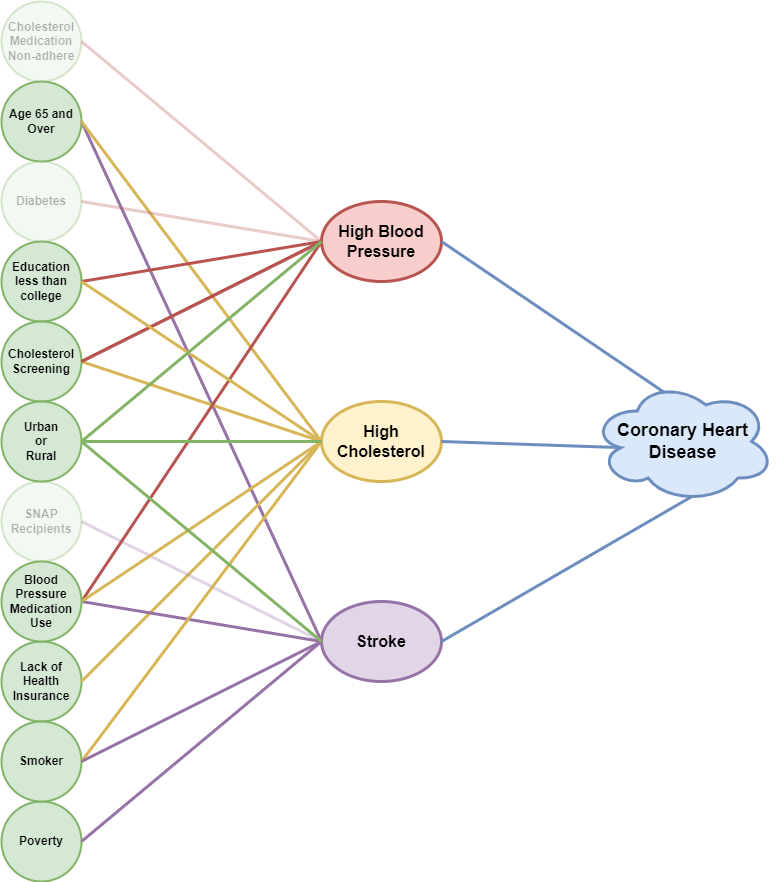
This is Final_Report/images/VarConnectInteract.png from jessedebolt/MSDS-Capstone, a draw.io export, as it was before one commit. Source tidied: cells renumbered, new cells last; positions are measured from the earlier drawing's top-left corner, leaving out a move shared by most shapes.
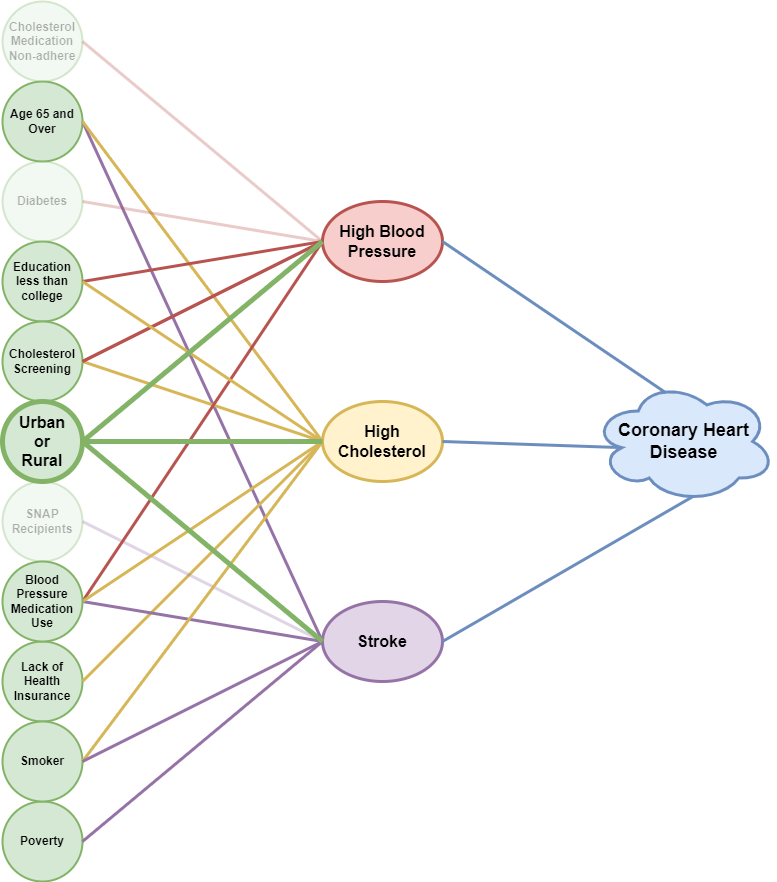
Above is the later version.

Change to the diagram source:
```diff
@@ -104,16 +104,16 @@
     <mxCell id="35" style="endArrow=none;html=1;rounded=0;exitX=1;exitY=0.5;exitDx=0;exitDy=0;entryX=0;entryY=0.5;entryDx=0;entryDy=0;strokeWidth=3;fontStyle=1;fillColor=#fff2cc;strokeColor=#d6b656;" parent="1" edge="1" source="9" target="4">
       <mxGeometry relative="1" as="geometry" />
     </mxCell>
-    <mxCell id="36" value="Urban&lt;br&gt;or&lt;br&gt;Rural" style="ellipse;whiteSpace=wrap;html=1;strokeWidth=2;fontStyle=1;fillColor=#d5e8d4;strokeColor=#82b366;fontSize=12;" parent="1" vertex="1">
+    <mxCell id="36" value="Urban&lt;br style=&quot;font-size: 16px;&quot;&gt;or&lt;br style=&quot;font-size: 16px;&quot;&gt;Rural" style="ellipse;whiteSpace=wrap;html=1;strokeWidth=5;fontStyle=1;fillColor=#d5e8d4;strokeColor=#82b366;fontSize=16;" parent="1" vertex="1">
       <mxGeometry y="400" width="80" height="80" as="geometry" />
     </mxCell>
-    <mxCell id="37" style="endArrow=none;html=1;rounded=0;exitX=1;exitY=0.5;exitDx=0;exitDy=0;entryX=0;entryY=0.5;entryDx=0;entryDy=0;strokeWidth=3;fontStyle=1;fillColor=#d5e8d4;strokeColor=#82b366;" parent="1" edge="1" source="36" target="2">
+    <mxCell id="37" style="endArrow=none;html=1;rounded=0;exitX=1;exitY=0.5;exitDx=0;exitDy=0;entryX=0;entryY=0.5;entryDx=0;entryDy=0;strokeWidth=5;fontStyle=1;fillColor=#d5e8d4;strokeColor=#82b366;" parent="1" edge="1" source="36" target="2">
       <mxGeometry relative="1" as="geometry" />
     </mxCell>
-    <mxCell id="38" style="endArrow=none;html=1;rounded=0;exitX=1;exitY=0.5;exitDx=0;exitDy=0;entryX=0;entryY=0.5;entryDx=0;entryDy=0;strokeWidth=3;fontStyle=1;fillColor=#d5e8d4;strokeColor=#82b366;" parent="1" edge="1" source="36" target="4">
+    <mxCell id="38" style="endArrow=none;html=1;rounded=0;exitX=1;exitY=0.5;exitDx=0;exitDy=0;entryX=0;entryY=0.5;entryDx=0;entryDy=0;strokeWidth=5;fontStyle=1;fillColor=#d5e8d4;strokeColor=#82b366;" parent="1" edge="1" source="36" target="4">
       <mxGeometry relative="1" as="geometry" />
     </mxCell>
-    <mxCell id="39" style="endArrow=none;html=1;rounded=0;entryX=0;entryY=0.5;entryDx=0;entryDy=0;strokeWidth=3;fontStyle=1;fillColor=#d5e8d4;strokeColor=#82b366;exitX=1;exitY=0.5;exitDx=0;exitDy=0;" parent="1" edge="1" source="36" target="3">
+    <mxCell id="39" style="endArrow=none;html=1;rounded=0;entryX=0;entryY=0.5;entryDx=0;entryDy=0;strokeWidth=5;fontStyle=1;fillColor=#d5e8d4;strokeColor=#82b366;exitX=1;exitY=0.5;exitDx=0;exitDy=0;" parent="1" edge="1" source="36" target="3">
       <mxGeometry relative="1" as="geometry" />
     </mxCell>
   </root>
```
